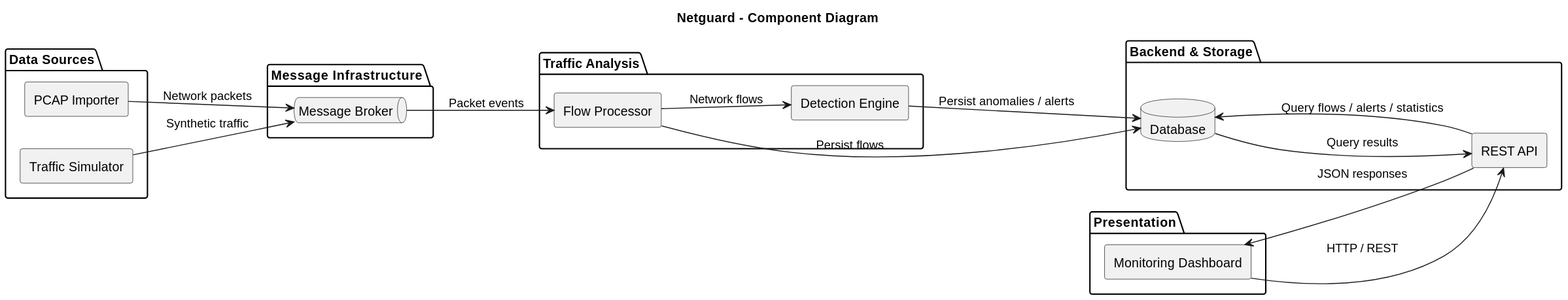
Above: Docs/VisionDoccument/diagrams/netguard_component_diagram.svg in k1borg32/Netguard (PlantUML), before the change.
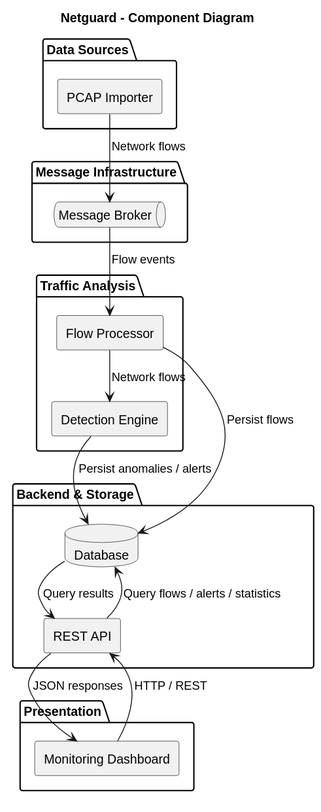
The same file after the commit.

Commit message:
Vision v1.2, test plan v0.4 and work schedule after the simulator was dropped

What changed in the source:
```diff
@@ -1,13 +1,12 @@
 @startuml
+!pragma layout smetana
 title Netguard - Component Diagram
 
 skinparam componentStyle rectangle
 skinparam shadowing false
-left to right direction
 
 package "Data Sources" {
     component "PCAP Importer" as PCAP
-    component "Traffic Simulator" as Simulator
 }
 
 package "Message Infrastructure" {
@@ -28,10 +27,9 @@
     component "Monitoring Dashboard" as Dashboard
 }
 
-PCAP --> Broker : Network packets
-Simulator --> Broker : Synthetic traffic
+PCAP --> Broker : Network flows
 
-Broker --> Flow : Packet events
+Broker --> Flow : Flow events
 
 Flow --> Detection : Network flows
 Flow --> DB : Persist flows
```
